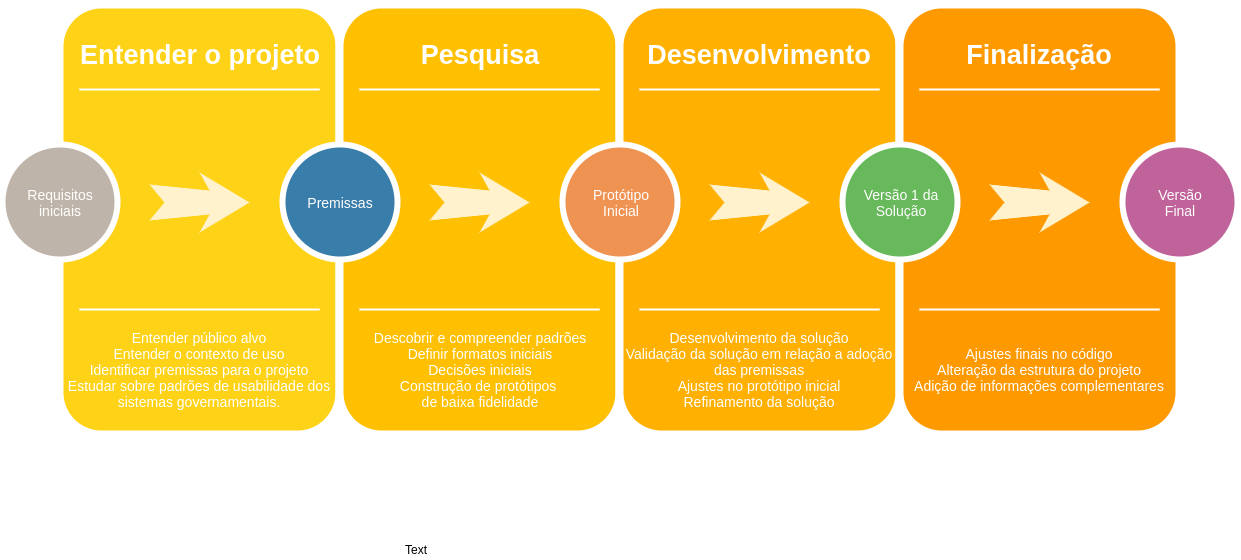
The draw.io diagram outros/workflow.png in joaopaulonsoares/HackerLab_Test, before a commit. Source tidied: cells renumbered, new cells last; positions are measured from the earlier drawing's top-left corner, leaving out a move shared by most shapes.
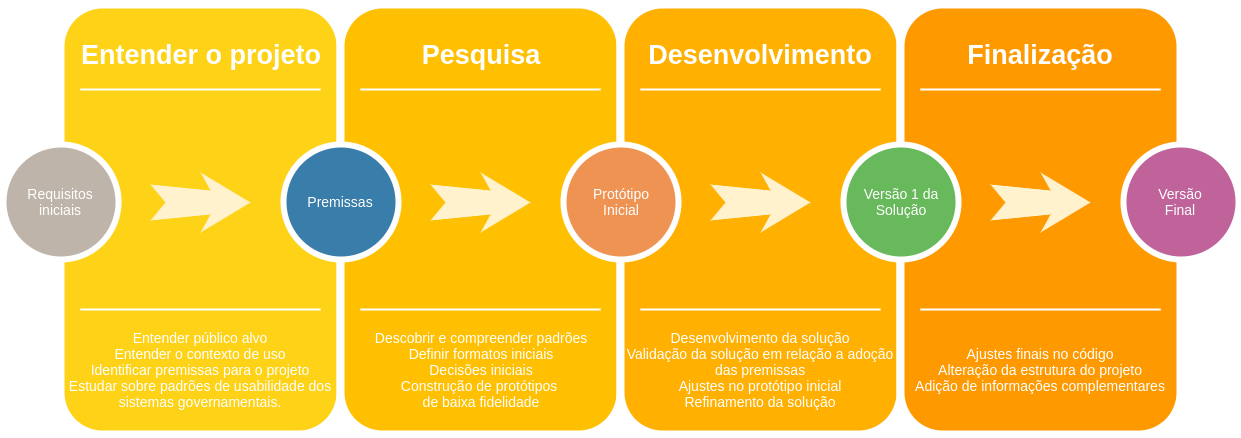
The same file after the commit.

What changed in the source:
```diff
@@ -89,8 +89,5 @@
     <mxCell id="30" value="Versão &lt;br&gt;Final" style="ellipse;whiteSpace=wrap;html=1;rounded=0;shadow=0;strokeWidth=6;fontSize=14;align=center;fillColor=#BF639A;strokeColor=#FFFFFF;fontColor=#FFFFFF;" parent="1" vertex="1">
       <mxGeometry x="1120" y="140" width="115" height="115" as="geometry" />
     </mxCell>
-    <mxCell id="31" value="Text" style="text;html=1;align=center;verticalAlign=middle;" parent="1" vertex="1">
-      <mxGeometry x="394" y="535" width="40" height="20" as="geometry" />
-    </mxCell>
   </root>
 </mxGraphModel>
```
